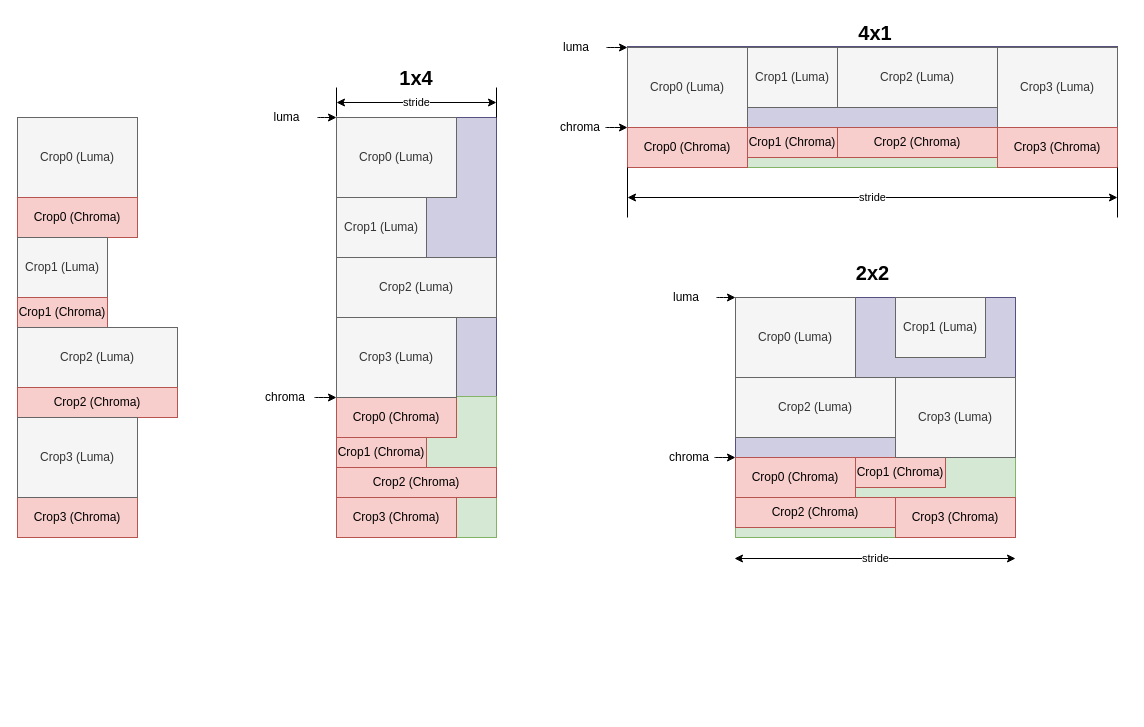
Before: multi-crop.drawio in chenmin82/diagrams, a draw.io diagram. Source tidied: cells renumbered, new cells numbered last; positions are measured from the earlier drawing's top-left corner, leaving out a move shared by most shapes. Both pictures are drawn from the tidied source at 100%, with x=0, y=0 at pixel (17, 17).
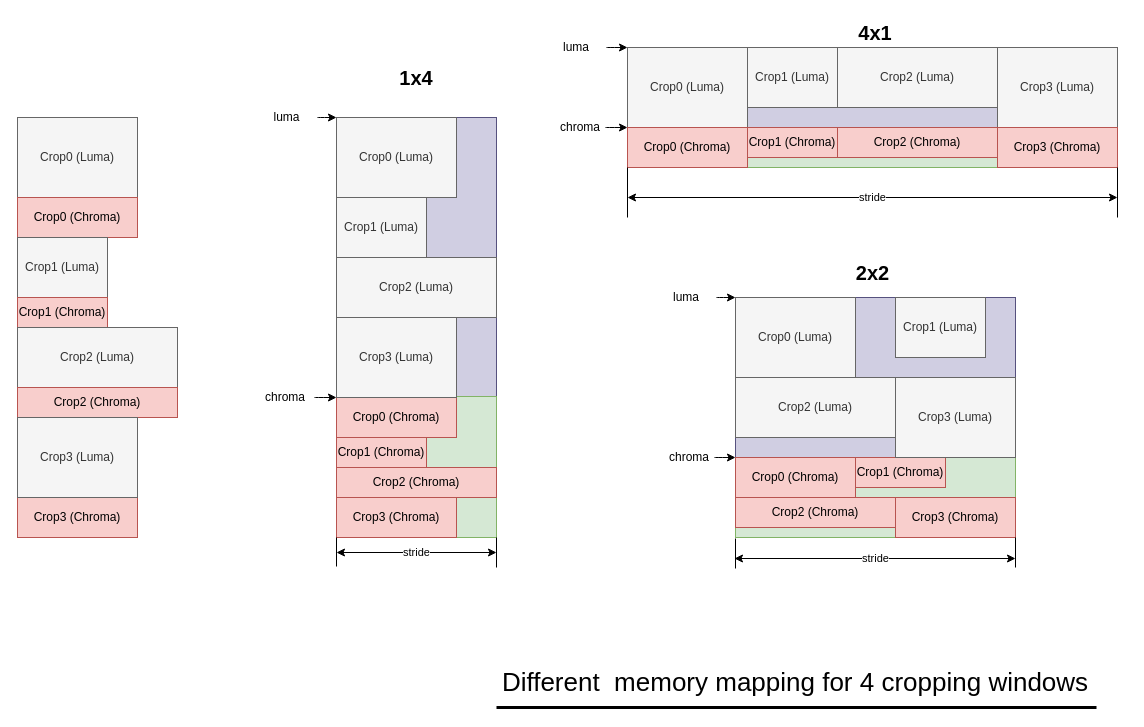
Above is the later version.

Diff of the diagram source:
```diff
@@
     <mxCell id="5" style="rounded=0;whiteSpace=wrap;html=1;fillColor=#d0cee2;strokeColor=#56517e;" parent="1" vertex="1">
-      <mxGeometry x="610" y="29" width="490" height="81" as="geometry" />
+      <mxGeometry x="610" y="30" width="490" height="80" as="geometry" />
     </mxCell>
@@
     <mxCell id="56" value="stride" style="endArrow=classic;startArrow=classic;html=1;rounded=0;" parent="1" edge="1">
       <mxGeometry relative="1" as="geometry">
-        <mxPoint x="319" y="85" as="sourcePoint" />
-        <mxPoint x="479" y="85" as="targetPoint" />
+        <mxPoint x="319" y="535" as="sourcePoint" />
+        <mxPoint x="479" y="535" as="targetPoint" />
       </mxGeometry>
     </mxCell>
     <mxCell id="57" style="endArrow=none;html=1;rounded=0;" parent="1" edge="1">
       <mxGeometry relative="1" as="geometry">
-        <mxPoint x="479" y="100" as="sourcePoint" />
-        <mxPoint x="479" y="70" as="targetPoint" />
+        <mxPoint x="479" y="550" as="sourcePoint" />
+        <mxPoint x="479" y="520" as="targetPoint" />
       </mxGeometry>
     </mxCell>
     <mxCell id="58" style="endArrow=none;html=1;rounded=0;" parent="1" edge="1">
       <mxGeometry relative="1" as="geometry">
-        <mxPoint x="319" y="99" as="sourcePoint" />
-        <mxPoint x="319" y="70" as="targetPoint" />
+        <mxPoint x="319" y="549" as="sourcePoint" />
+        <mxPoint x="319" y="520" as="targetPoint" />
       </mxGeometry>
     </mxCell>
@@
+    <mxCell id="62" style="endArrow=none;html=1;rounded=0;" parent="1" edge="1">
+      <mxGeometry relative="1" as="geometry">
+        <mxPoint x="718" y="551" as="sourcePoint" />
+        <mxPoint x="718" y="521" as="targetPoint" />
+      </mxGeometry>
+    </mxCell>
+    <mxCell id="63" style="endArrow=none;html=1;rounded=0;" parent="1" edge="1">
+      <mxGeometry relative="1" as="geometry">
+        <mxPoint x="998" y="550" as="sourcePoint" />
+        <mxPoint x="998" y="520" as="targetPoint" />
+      </mxGeometry>
+    </mxCell>
+    <mxCell id="64" value="Different&amp;nbsp; memory mapping for 4 cropping windows" style="text;html=1;align=center;verticalAlign=middle;whiteSpace=wrap;rounded=0;fontSize=26;fontStyle=0;labelBackgroundColor=none;" parent="1" vertex="1">
+      <mxGeometry x="478" y="650" width="600" height="30" as="geometry" />
+    </mxCell>
+    <mxCell id="65" style="endArrow=none;html=1;rounded=0;fontSize=21;strokeWidth=3;" parent="1" edge="1">
+      <mxGeometry relative="1" as="geometry">
+        <mxPoint x="479" y="690" as="sourcePoint" />
+        <mxPoint x="1079" y="690" as="targetPoint" />
+      </mxGeometry>
+    </mxCell>
```
